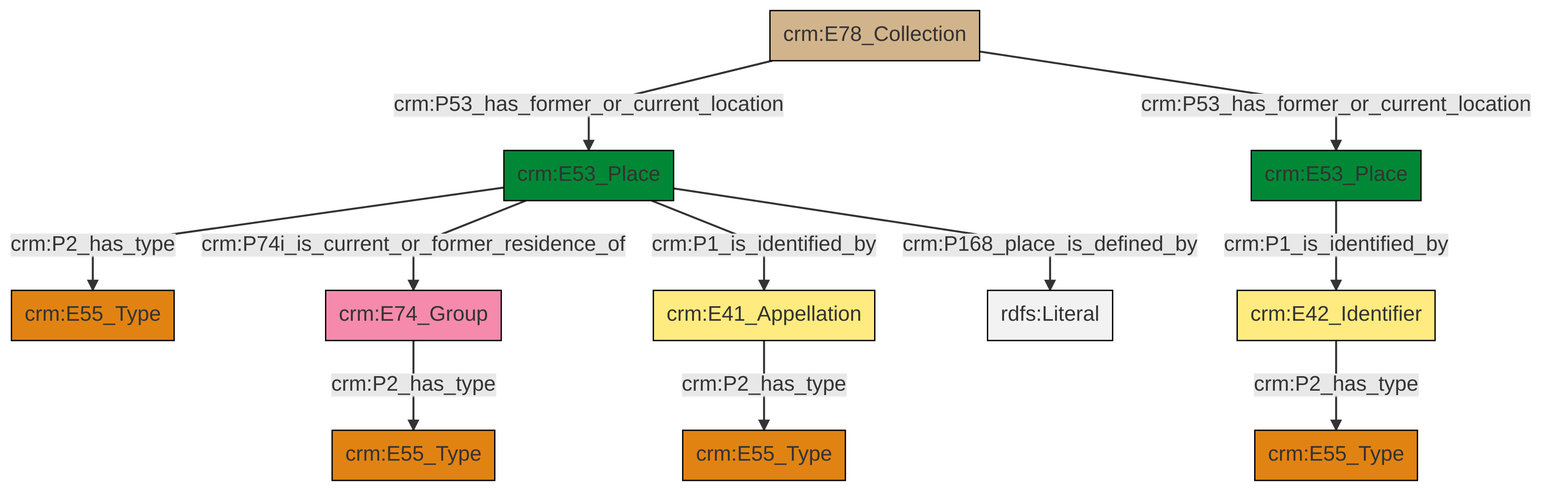
swiss-art-research-net/docs.swissartresearch keeps this Mermaid diagram as et/archivalCSV/ttl/mmd/png/archival_location.png. Above is the earlier version. Its source is kept beside it as et/archivalCSV/ttl/mmd/archival_location.ttl.mmd.
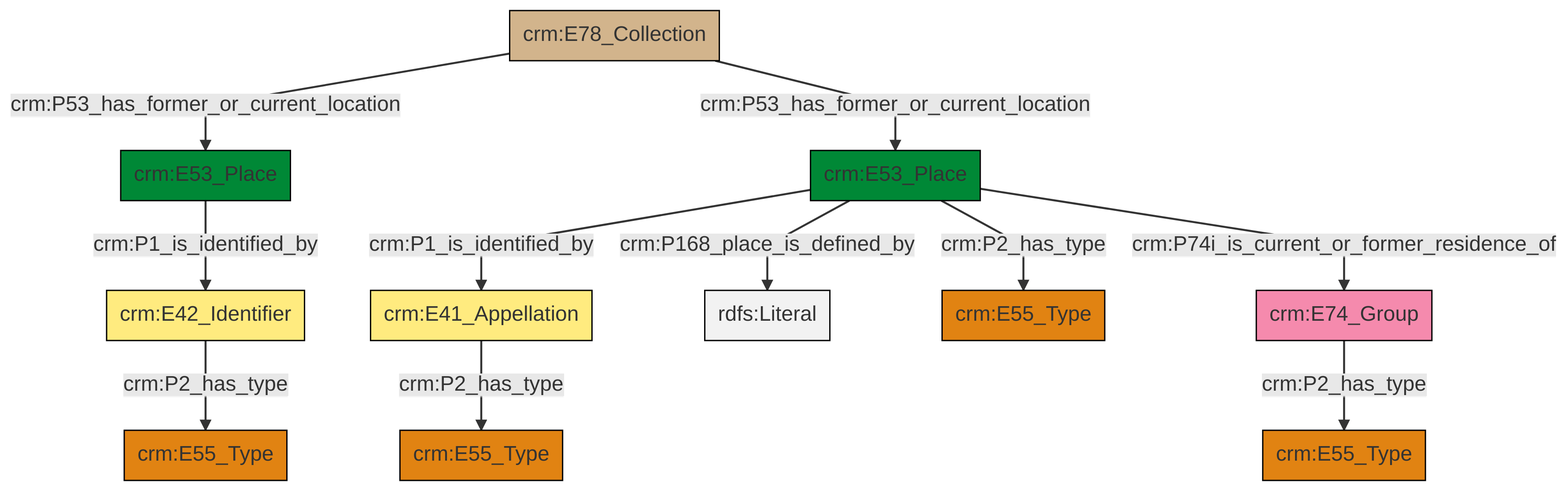
The same file after the commit.

What changed in the source:
```diff
@@ -13,13 +13,13 @@
 classDef PC_Classes fill:#4ce600, stroke:#000000;
 classDef Multi fill:#cccccc,stroke:#000000;
 
-0["crm:E53_Place"]:::Place -->|crm:P2_has_type| 2["crm:E55_Type"]:::Type
 4["crm:E42_Identifier"]:::Appellation -->|crm:P2_has_type| 5["crm:E55_Type"]:::Type
-0["crm:E53_Place"]:::Place -->|crm:P74i_is_current_or_former_residence_of| 6["crm:E74_Group"]:::Actor
-11["crm:E41_Appellation"]:::Appellation -->|crm:P2_has_type| 7["crm:E55_Type"]:::Type
-0["crm:E53_Place"]:::Place -->|crm:P1_is_identified_by| 11["crm:E41_Appellation"]:::Appellation
-0["crm:E53_Place"]:::Place -->|crm:P168_place_is_defined_by| 19[rdfs:Literal]:::Literal
-9["crm:E78_Collection"]:::Physical_Thing -->|crm:P53_has_former_or_current_location| 0["crm:E53_Place"]:::Place
-6["crm:E74_Group"]:::Actor -->|crm:P2_has_type| 17["crm:E55_Type"]:::Type
-12["crm:E53_Place"]:::Place -->|crm:P1_is_identified_by| 4["crm:E42_Identifier"]:::Appellation
-9["crm:E78_Collection"]:::Physical_Thing -->|crm:P53_has_former_or_current_location| 12["crm:E53_Place"]:::Place
+6["crm:E78_Collection"]:::Physical_Thing -->|crm:P53_has_former_or_current_location| 7["crm:E53_Place"]:::Place
+2["crm:E53_Place"]:::Place -->|crm:P1_is_identified_by| 8["crm:E41_Appellation"]:::Appellation
+2["crm:E53_Place"]:::Place -->|crm:P168_place_is_defined_by| 9[rdfs:Literal]:::Literal
+6["crm:E78_Collection"]:::Physical_Thing -->|crm:P53_has_former_or_current_location| 2["crm:E53_Place"]:::Place
+7["crm:E53_Place"]:::Place -->|crm:P1_is_identified_by| 4["crm:E42_Identifier"]:::Appellation
+8["crm:E41_Appellation"]:::Appellation -->|crm:P2_has_type| 0["crm:E55_Type"]:::Type
+2["crm:E53_Place"]:::Place -->|crm:P74i_is_current_or_former_residence_of| 19["crm:E74_Group"]:::Actor
+2["crm:E53_Place"]:::Place -->|crm:P2_has_type| 10["crm:E55_Type"]:::Type
+19["crm:E74_Group"]:::Actor -->|crm:P2_has_type| 17["crm:E55_Type"]:::Type
```
